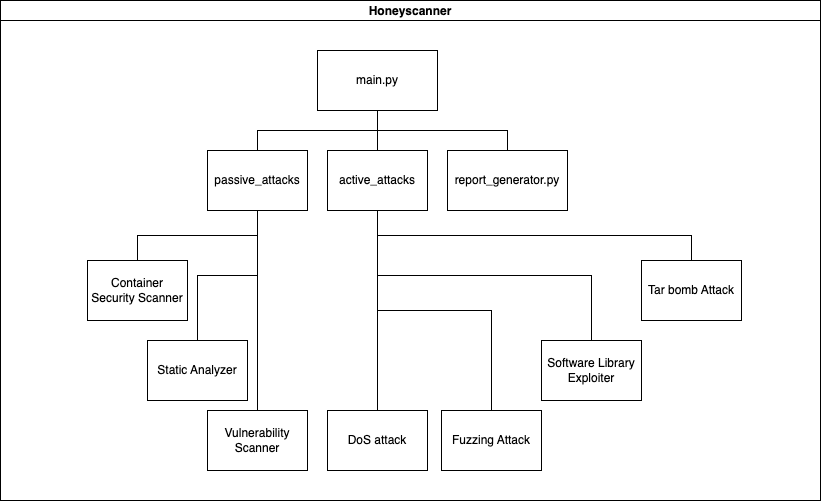
Above: images/honeyscanner_architecture.png in honeynet/honeyscanner (draw.io), before the change. Source tidied: cells renumbered, new cells last; positions are measured from the earlier drawing's top-left corner, leaving out a move shared by most shapes.
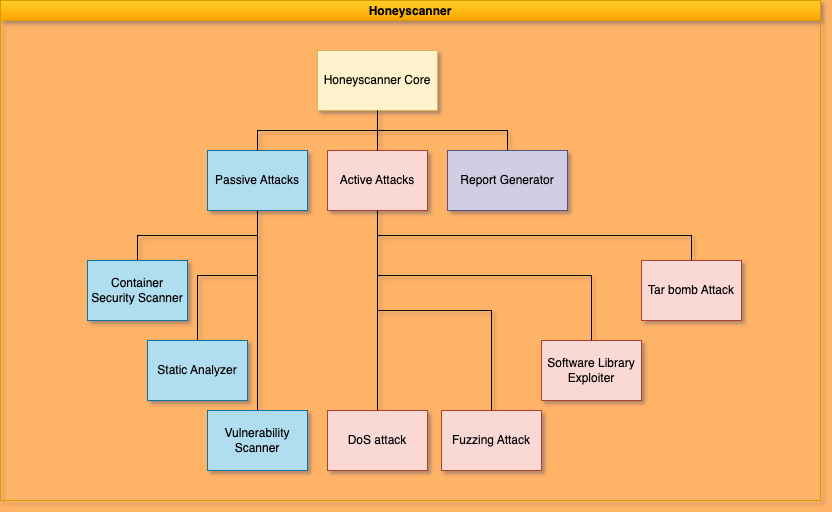
The same file after the commit.

Commit message:
ADD: honeyscanner architecture better image

What changed in the source:
```diff
@@ -1,20 +1,20 @@
-<mxGraphModel>
+<mxGraphModel background="#FFB366" shadow="1">
   <root>
     <mxCell id="0" />
     <mxCell id="1" parent="0" />
-    <mxCell id="2" value="Honeyscanner" style="swimlane;startSize=20;horizontal=1;containerType=tree;newEdgeStyle={&quot;edgeStyle&quot;:&quot;elbowEdgeStyle&quot;,&quot;startArrow&quot;:&quot;none&quot;,&quot;endArrow&quot;:&quot;none&quot;};" parent="1" vertex="1">
+    <mxCell id="2" value="Honeyscanner" style="swimlane;startSize=20;horizontal=1;containerType=tree;newEdgeStyle={&quot;edgeStyle&quot;:&quot;elbowEdgeStyle&quot;,&quot;startArrow&quot;:&quot;none&quot;,&quot;endArrow&quot;:&quot;none&quot;};fillColor=#ffcd28;strokeColor=#d79b00;gradientColor=#ffa500;" parent="1" vertex="1">
       <mxGeometry width="820" height="500" as="geometry" />
     </mxCell>
-    <mxCell id="3" value="main.py" style="whiteSpace=wrap;html=1;align=center;newEdgeStyle={&quot;edgeStyle&quot;:&quot;elbowEdgeStyle&quot;,&quot;startArrow&quot;:&quot;none&quot;,&quot;endArrow&quot;:&quot;none&quot;};" parent="2" vertex="1">
+    <mxCell id="3" value="Honeyscanner Core" style="whiteSpace=wrap;html=1;align=center;newEdgeStyle={&quot;edgeStyle&quot;:&quot;elbowEdgeStyle&quot;,&quot;startArrow&quot;:&quot;none&quot;,&quot;endArrow&quot;:&quot;none&quot;};fillColor=#fff2cc;strokeColor=#d6b656;" parent="2" vertex="1">
       <mxGeometry x="317" y="50" width="120" height="60" as="geometry" />
     </mxCell>
-    <mxCell id="4" value="passive_attacks" style="whiteSpace=wrap;html=1;align=center;verticalAlign=middle;newEdgeStyle={&quot;edgeStyle&quot;:&quot;elbowEdgeStyle&quot;,&quot;startArrow&quot;:&quot;none&quot;,&quot;endArrow&quot;:&quot;none&quot;};" parent="2" vertex="1">
+    <mxCell id="4" value="Passive Attacks" style="whiteSpace=wrap;html=1;align=center;verticalAlign=middle;newEdgeStyle={&quot;edgeStyle&quot;:&quot;elbowEdgeStyle&quot;,&quot;startArrow&quot;:&quot;none&quot;,&quot;endArrow&quot;:&quot;none&quot;};fillColor=#b1ddf0;strokeColor=#10739e;" parent="2" vertex="1">
       <mxGeometry x="207" y="150" width="100" height="60" as="geometry" />
     </mxCell>
     <mxCell id="5" style="edgeStyle=elbowEdgeStyle;elbow=vertical;sourcePerimeterSpacing=0;targetPerimeterSpacing=0;startArrow=none;endArrow=none;rounded=0;curved=0;" parent="2" edge="1" source="3" target="4">
       <mxGeometry relative="1" as="geometry" />
     </mxCell>
-    <mxCell id="6" value="active_attacks" style="whiteSpace=wrap;html=1;align=center;verticalAlign=middle;newEdgeStyle={&quot;edgeStyle&quot;:&quot;elbowEdgeStyle&quot;,&quot;startArrow&quot;:&quot;none&quot;,&quot;endArrow&quot;:&quot;none&quot;};" parent="2" vertex="1">
+    <mxCell id="6" value="Active Attacks" style="whiteSpace=wrap;html=1;align=center;verticalAlign=middle;newEdgeStyle={&quot;edgeStyle&quot;:&quot;elbowEdgeStyle&quot;,&quot;startArrow&quot;:&quot;none&quot;,&quot;endArrow&quot;:&quot;none&quot;};fillColor=#fad9d5;strokeColor=#ae4132;" parent="2" vertex="1">
       <mxGeometry x="327" y="150" width="100" height="60" as="geometry" />
     </mxCell>
     <mxCell id="7" style="edgeStyle=elbowEdgeStyle;elbow=vertical;sourcePerimeterSpacing=0;targetPerimeterSpacing=0;startArrow=none;endArrow=none;rounded=0;curved=0;" parent="2" edge="1" source="3" target="6">
@@ -23,37 +23,37 @@
     <mxCell id="8" style="edgeStyle=elbowEdgeStyle;elbow=vertical;sourcePerimeterSpacing=0;targetPerimeterSpacing=0;startArrow=none;endArrow=none;rounded=0;curved=0;" parent="2" edge="1" source="4" target="9">
       <mxGeometry relative="1" as="geometry" />
     </mxCell>
-    <mxCell id="9" value="Container Security Scanner" style="whiteSpace=wrap;html=1;align=center;verticalAlign=middle;newEdgeStyle={&quot;edgeStyle&quot;:&quot;elbowEdgeStyle&quot;,&quot;startArrow&quot;:&quot;none&quot;,&quot;endArrow&quot;:&quot;none&quot;};" parent="2" vertex="1">
+    <mxCell id="9" value="Container Security Scanner" style="whiteSpace=wrap;html=1;align=center;verticalAlign=middle;newEdgeStyle={&quot;edgeStyle&quot;:&quot;elbowEdgeStyle&quot;,&quot;startArrow&quot;:&quot;none&quot;,&quot;endArrow&quot;:&quot;none&quot;};fillColor=#b1ddf0;strokeColor=#10739e;" parent="2" vertex="1">
       <mxGeometry x="87" y="260" width="100" height="60" as="geometry" />
     </mxCell>
     <mxCell id="10" style="edgeStyle=elbowEdgeStyle;elbow=vertical;sourcePerimeterSpacing=0;targetPerimeterSpacing=0;startArrow=none;endArrow=none;rounded=0;curved=0;" parent="2" edge="1" source="4" target="11">
       <mxGeometry relative="1" as="geometry" />
     </mxCell>
-    <mxCell id="11" value="Static Analyzer" style="whiteSpace=wrap;html=1;align=center;verticalAlign=middle;newEdgeStyle={&quot;edgeStyle&quot;:&quot;elbowEdgeStyle&quot;,&quot;startArrow&quot;:&quot;none&quot;,&quot;endArrow&quot;:&quot;none&quot;};" parent="2" vertex="1">
+    <mxCell id="11" value="Static Analyzer" style="whiteSpace=wrap;html=1;align=center;verticalAlign=middle;newEdgeStyle={&quot;edgeStyle&quot;:&quot;elbowEdgeStyle&quot;,&quot;startArrow&quot;:&quot;none&quot;,&quot;endArrow&quot;:&quot;none&quot;};fillColor=#b1ddf0;strokeColor=#10739e;" parent="2" vertex="1">
       <mxGeometry x="147" y="340" width="100" height="60" as="geometry" />
     </mxCell>
     <mxCell id="12" style="edgeStyle=elbowEdgeStyle;elbow=vertical;sourcePerimeterSpacing=0;targetPerimeterSpacing=0;startArrow=none;endArrow=none;rounded=0;curved=0;" parent="2" edge="1" source="4" target="13">
       <mxGeometry relative="1" as="geometry" />
     </mxCell>
-    <mxCell id="13" value="Vulnerability Scanner" style="whiteSpace=wrap;html=1;align=center;verticalAlign=middle;newEdgeStyle={&quot;edgeStyle&quot;:&quot;elbowEdgeStyle&quot;,&quot;startArrow&quot;:&quot;none&quot;,&quot;endArrow&quot;:&quot;none&quot;};" parent="2" vertex="1">
+    <mxCell id="13" value="Vulnerability Scanner" style="whiteSpace=wrap;html=1;align=center;verticalAlign=middle;newEdgeStyle={&quot;edgeStyle&quot;:&quot;elbowEdgeStyle&quot;,&quot;startArrow&quot;:&quot;none&quot;,&quot;endArrow&quot;:&quot;none&quot;};fillColor=#b1ddf0;strokeColor=#10739e;" parent="2" vertex="1">
       <mxGeometry x="207" y="410" width="100" height="60" as="geometry" />
     </mxCell>
     <mxCell id="14" style="edgeStyle=elbowEdgeStyle;elbow=vertical;sourcePerimeterSpacing=0;targetPerimeterSpacing=0;startArrow=none;endArrow=none;rounded=0;curved=0;" parent="2" edge="1" source="6" target="15">
       <mxGeometry relative="1" as="geometry" />
     </mxCell>
-    <mxCell id="15" value="DoS attack" style="whiteSpace=wrap;html=1;align=center;verticalAlign=middle;newEdgeStyle={&quot;edgeStyle&quot;:&quot;elbowEdgeStyle&quot;,&quot;startArrow&quot;:&quot;none&quot;,&quot;endArrow&quot;:&quot;none&quot;};" parent="2" vertex="1">
+    <mxCell id="15" value="DoS attack" style="whiteSpace=wrap;html=1;align=center;verticalAlign=middle;newEdgeStyle={&quot;edgeStyle&quot;:&quot;elbowEdgeStyle&quot;,&quot;startArrow&quot;:&quot;none&quot;,&quot;endArrow&quot;:&quot;none&quot;};fillColor=#fad9d5;strokeColor=#ae4132;" parent="2" vertex="1">
       <mxGeometry x="327" y="410" width="100" height="60" as="geometry" />
     </mxCell>
     <mxCell id="16" style="edgeStyle=elbowEdgeStyle;elbow=vertical;sourcePerimeterSpacing=0;targetPerimeterSpacing=0;startArrow=none;endArrow=none;rounded=0;curved=0;" parent="2" edge="1" source="6" target="17">
       <mxGeometry relative="1" as="geometry" />
     </mxCell>
-    <mxCell id="17" value="Fuzzing Attack" style="whiteSpace=wrap;html=1;align=center;verticalAlign=middle;newEdgeStyle={&quot;edgeStyle&quot;:&quot;elbowEdgeStyle&quot;,&quot;startArrow&quot;:&quot;none&quot;,&quot;endArrow&quot;:&quot;none&quot;};" parent="2" vertex="1">
+    <mxCell id="17" value="Fuzzing Attack" style="whiteSpace=wrap;html=1;align=center;verticalAlign=middle;newEdgeStyle={&quot;edgeStyle&quot;:&quot;elbowEdgeStyle&quot;,&quot;startArrow&quot;:&quot;none&quot;,&quot;endArrow&quot;:&quot;none&quot;};fillColor=#fad9d5;strokeColor=#ae4132;" parent="2" vertex="1">
       <mxGeometry x="441" y="410" width="100" height="60" as="geometry" />
     </mxCell>
     <mxCell id="18" style="edgeStyle=elbowEdgeStyle;elbow=vertical;sourcePerimeterSpacing=0;targetPerimeterSpacing=0;startArrow=none;endArrow=none;rounded=0;curved=0;" parent="2" edge="1" source="6" target="19">
       <mxGeometry relative="1" as="geometry" />
     </mxCell>
-    <mxCell id="19" value="Software Library Exploiter" style="whiteSpace=wrap;html=1;align=center;verticalAlign=middle;newEdgeStyle={&quot;edgeStyle&quot;:&quot;elbowEdgeStyle&quot;,&quot;startArrow&quot;:&quot;none&quot;,&quot;endArrow&quot;:&quot;none&quot;};" parent="2" vertex="1">
+    <mxCell id="19" value="Software Library Exploiter" style="whiteSpace=wrap;html=1;align=center;verticalAlign=middle;newEdgeStyle={&quot;edgeStyle&quot;:&quot;elbowEdgeStyle&quot;,&quot;startArrow&quot;:&quot;none&quot;,&quot;endArrow&quot;:&quot;none&quot;};fillColor=#fad9d5;strokeColor=#ae4132;" parent="2" vertex="1">
       <mxGeometry x="541" y="340" width="100" height="60" as="geometry" />
     </mxCell>
     <mxCell id="20" style="edgeStyle=elbowEdgeStyle;elbow=vertical;sourcePerimeterSpacing=0;targetPerimeterSpacing=0;startArrow=none;endArrow=none;rounded=0;curved=0;" parent="2" edge="1" source="6">
@@ -61,13 +61,13 @@
         <mxPoint x="691" y="260" as="targetPoint" />
       </mxGeometry>
     </mxCell>
-    <mxCell id="21" value="Tar bomb Attack" style="whiteSpace=wrap;html=1;align=center;verticalAlign=middle;newEdgeStyle={&quot;edgeStyle&quot;:&quot;elbowEdgeStyle&quot;,&quot;startArrow&quot;:&quot;none&quot;,&quot;endArrow&quot;:&quot;none&quot;};" parent="2" vertex="1">
+    <mxCell id="21" value="Tar bomb Attack" style="whiteSpace=wrap;html=1;align=center;verticalAlign=middle;newEdgeStyle={&quot;edgeStyle&quot;:&quot;elbowEdgeStyle&quot;,&quot;startArrow&quot;:&quot;none&quot;,&quot;endArrow&quot;:&quot;none&quot;};fillColor=#fad9d5;strokeColor=#ae4132;" parent="2" vertex="1">
       <mxGeometry x="641" y="260" width="100" height="60" as="geometry" />
     </mxCell>
     <mxCell id="22" style="edgeStyle=elbowEdgeStyle;rounded=0;jettySize=auto;html=1;elbow=vertical;startArrow=none;endArrow=none;" parent="2" edge="1" source="3" target="23">
       <mxGeometry relative="1" as="geometry" />
     </mxCell>
-    <mxCell id="23" value="report_generator.py" style="whiteSpace=wrap;html=1;align=center;newEdgeStyle={&quot;edgeStyle&quot;:&quot;elbowEdgeStyle&quot;,&quot;startArrow&quot;:&quot;none&quot;,&quot;endArrow&quot;:&quot;none&quot;};" parent="2" vertex="1">
+    <mxCell id="23" value="Report Generator" style="whiteSpace=wrap;html=1;align=center;newEdgeStyle={&quot;edgeStyle&quot;:&quot;elbowEdgeStyle&quot;,&quot;startArrow&quot;:&quot;none&quot;,&quot;endArrow&quot;:&quot;none&quot;};fillColor=#d0cee2;strokeColor=#56517e;" parent="2" vertex="1">
       <mxGeometry x="447" y="150" width="120" height="60" as="geometry" />
     </mxCell>
   </root>
```
